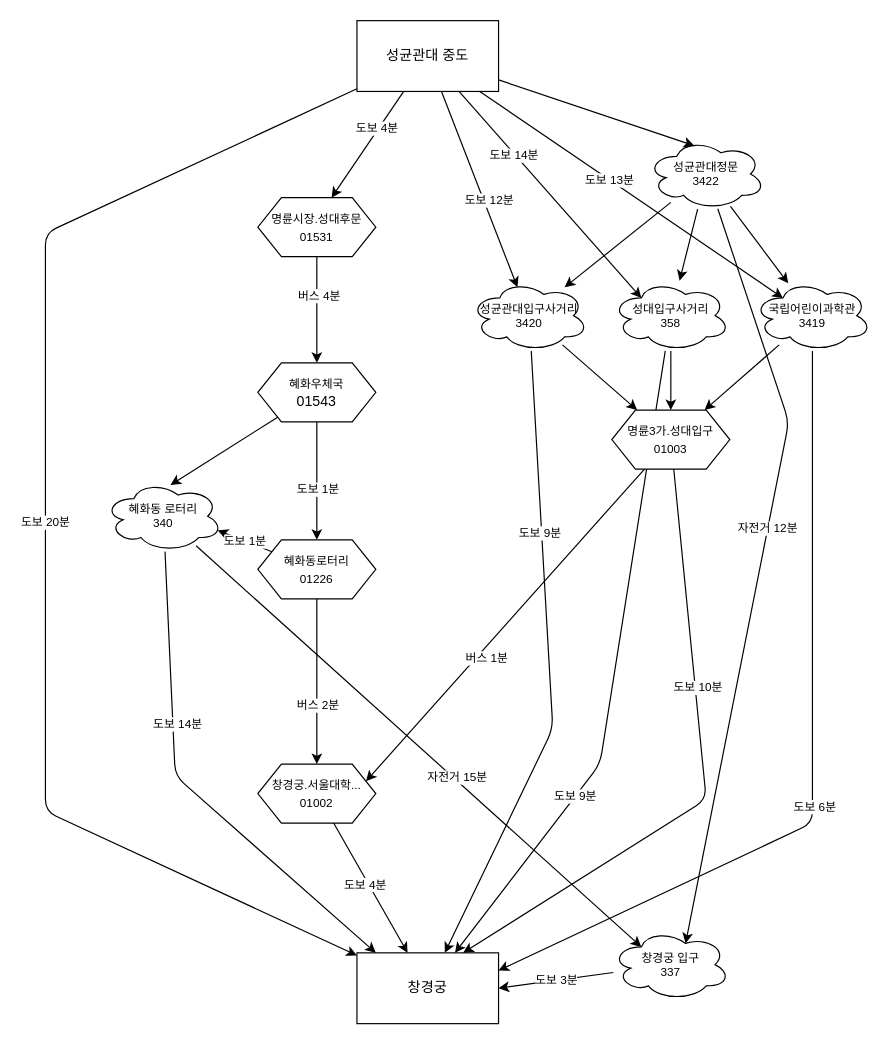
This is skku-to-changgyeonggung.drawio from dannaward/seoulbike-navigation, a draw.io file, before an edit. Source tidied: cells renumbered, new cells numbered last; positions are measured from the earlier drawing's top-left corner, leaving out a move shared by most shapes. Both pictures are drawn from the tidied source at 118%, with x=0, y=0 at pixel (45, 20).
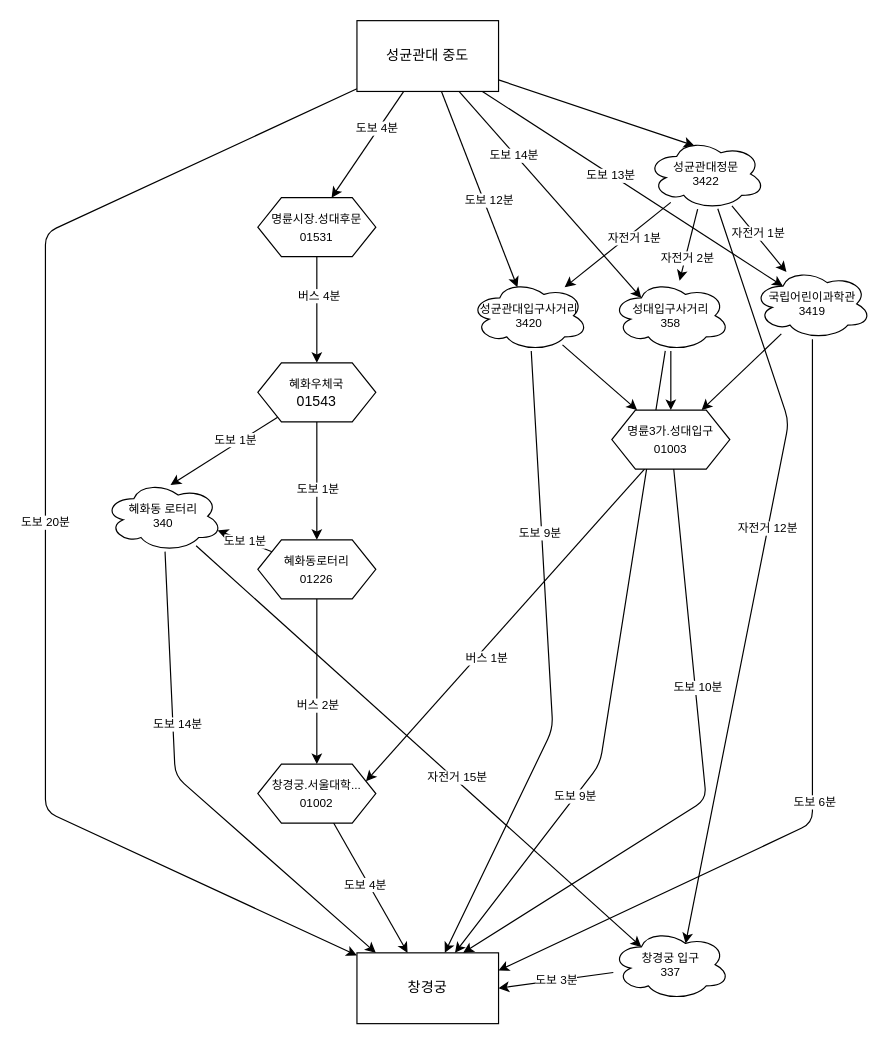
Above is the later version.

Commit message:
성균관대정문 정류소 -> 올레사거리 정류소들 소요시간 추가

The change refers to these unchanged cells:
```xml
<mxCell id="19" style="edgeStyle=none;jettySize=auto;html=1;entryX=0.56;entryY=0.058;entryDx=0;entryDy=0;entryPerimeter=0;fontSize=10;" parent="1" edge="1" source="20" target="55">
  <mxGeometry relative="1" as="geometry" />
</mxCell>
<mxCell id="28" style="edgeStyle=none;jettySize=auto;html=1;fontSize=10;" parent="1" edge="1" source="33" target="37">
  <mxGeometry relative="1" as="geometry" />
</mxCell>
<mxCell id="29" style="edgeStyle=none;jettySize=auto;html=1;fontSize=10;" parent="1" edge="1" source="33" target="41">
  <mxGeometry relative="1" as="geometry" />
</mxCell>
<mxCell id="30" style="edgeStyle=none;jettySize=auto;html=1;fontSize=10;" parent="1" edge="1" source="33" target="45">
  <mxGeometry relative="1" as="geometry" />
</mxCell>
```

Change to the diagram source:
```diff
@@
+    <mxCell id="58" value="도보 1분" style="edgeLabel;html=1;align=center;verticalAlign=middle;fontSize=10;" parent="19" vertex="1">
+      <mxGeometry x="-0.26" y="-4" relative="1" as="geometry" />
+    </mxCell>
@@
+    <mxCell id="59" value="자전거 1분" style="edgeLabel;html=1;align=center;verticalAlign=middle;fontSize=10;" parent="28" vertex="1">
+      <mxGeometry x="-0.26" y="3" relative="1" as="geometry" />
+    </mxCell>
@@
+    <mxCell id="60" value="자전거 2분" style="edgeLabel;html=1;align=center;verticalAlign=middle;fontSize=10;" parent="29" vertex="1">
+      <mxGeometry x="0.15" relative="1" as="geometry">
+        <mxPoint y="6" as="offset" />
+      </mxGeometry>
+    </mxCell>
@@
+    <mxCell id="61" value="자전거 1분" style="edgeLabel;html=1;align=center;verticalAlign=middle;fontSize=10;" parent="30" vertex="1">
+      <mxGeometry x="-0.15" y="3" relative="1" as="geometry" />
+    </mxCell>
@@
     <mxCell id="45" value="국립어린이과학관&lt;br&gt;3419" style="ellipse;shape=cloud;whiteSpace=wrap;html=1;fontSize=10;" parent="1" vertex="1">
-      <mxGeometry x="600" y="220" width="100" height="60" as="geometry" />
+      <mxGeometry x="600" y="210" width="100" height="60" as="geometry" />
     </mxCell>
```
